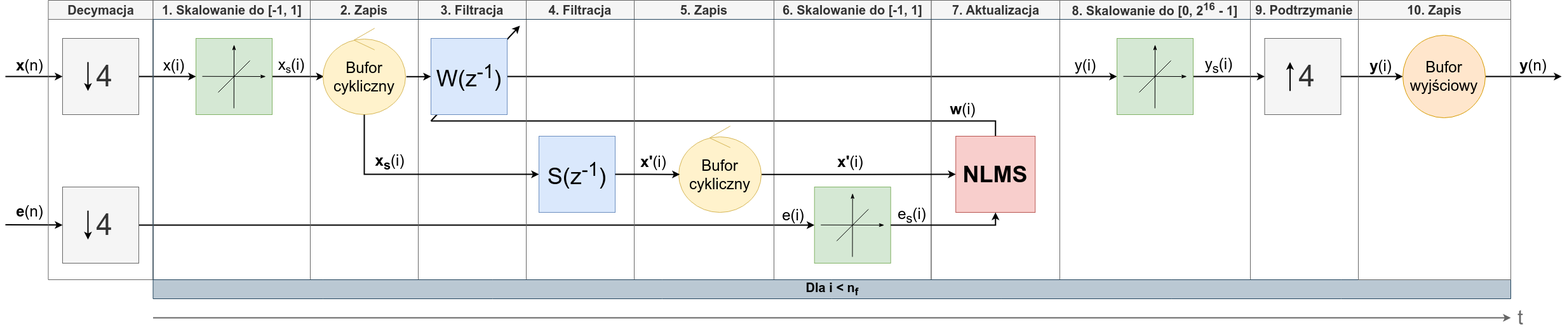
This is docs/polsl/thesis/graf/sw/app_flow.png from kopiecki/anc, a draw.io export, as it was before one commit. Source tidied: cells renumbered, new cells last; positions are measured from the earlier drawing's top-left corner, leaving out a move shared by most shapes. The source it was exported from:
```xml
<mxGraphModel>
  <root>
    <mxCell id="0" />
    <mxCell id="1" parent="0" />
    <mxCell id="2" style="endArrow=classic;html=1;rounded=0;strokeWidth=2;" parent="1" edge="1">
      <mxGeometry relative="1" as="geometry">
        <mxPoint x="670" y="190" as="sourcePoint" />
        <mxPoint x="810" y="40" as="targetPoint" />
      </mxGeometry>
    </mxCell>
    <mxCell id="3" style="endArrow=classic;html=1;rounded=0;strokeWidth=2;fillColor=#f5f5f5;strokeColor=#666666;" parent="1" edge="1">
      <mxGeometry relative="1" as="geometry">
        <mxPoint x="232.5" y="500" as="sourcePoint" />
        <mxPoint x="2370" y="500" as="targetPoint" />
      </mxGeometry>
    </mxCell>
    <mxCell id="4" style="endArrow=classic;html=1;rounded=0;strokeWidth=2;entryX=0;entryY=0.5;entryDx=0;entryDy=0;" parent="1" edge="1" target="15">
      <mxGeometry relative="1" as="geometry">
        <mxPoint y="120" as="sourcePoint" />
      </mxGeometry>
    </mxCell>
    <mxCell id="5" value="&lt;b&gt;x&lt;/b&gt;(n)" style="text;html=1;align=center;verticalAlign=middle;strokeColor=none;fillColor=none;fontSize=24;" parent="1" vertex="1">
      <mxGeometry x="3" y="83" width="70" height="40" as="geometry" />
    </mxCell>
    <mxCell id="6" style="edgeStyle=orthogonalEdgeStyle;rounded=0;jettySize=auto;html=1;entryX=0;entryY=0.5;entryDx=0;entryDy=0;strokeWidth=2;" parent="1" edge="1" source="30" target="43">
      <mxGeometry relative="1" as="geometry" />
    </mxCell>
    <mxCell id="7" style="edgeStyle=orthogonalEdgeStyle;rounded=0;jettySize=auto;html=1;endArrow=none;endFill=0;strokeWidth=2;exitX=0.5;exitY=0;exitDx=0;exitDy=0;" parent="1" edge="1" source="51">
      <mxGeometry relative="1" as="geometry">
        <mxPoint x="670" y="190" as="targetPoint" />
        <Array as="points">
          <mxPoint x="1559" y="190" />
        </Array>
      </mxGeometry>
    </mxCell>
    <mxCell id="8" style="edgeStyle=orthogonalEdgeStyle;rounded=0;jettySize=auto;html=1;entryX=0.011;entryY=0.559;entryDx=0;entryDy=0;entryPerimeter=0;strokeWidth=2;" parent="1" edge="1" source="9" target="27">
      <mxGeometry relative="1" as="geometry" />
    </mxCell>
    <mxCell id="9" style="rounded=0;whiteSpace=wrap;html=1;fillColor=#d5e8d4;strokeColor=#82b366;" parent="1" vertex="1">
      <mxGeometry x="300" y="60" width="120" height="120" as="geometry" />
    </mxCell>
    <mxCell id="10" style="endArrow=classicThin;html=1;rounded=0;fontSize=3;endFill=1;" parent="1" edge="1">
      <mxGeometry relative="1" as="geometry">
        <mxPoint x="359.8" y="170" as="sourcePoint" />
        <mxPoint x="360" y="70" as="targetPoint" />
      </mxGeometry>
    </mxCell>
    <mxCell id="11" style="endArrow=classicThin;html=1;rounded=0;fontSize=3;endFill=1;" parent="1" edge="1">
      <mxGeometry relative="1" as="geometry">
        <mxPoint x="310" y="119.8" as="sourcePoint" />
        <mxPoint x="410" y="120" as="targetPoint" />
      </mxGeometry>
    </mxCell>
    <mxCell id="12" style="endArrow=none;html=1;rounded=0;" parent="1" edge="1">
      <mxGeometry relative="1" as="geometry">
        <mxPoint x="335" y="145" as="sourcePoint" />
        <mxPoint x="385" y="95" as="targetPoint" />
      </mxGeometry>
    </mxCell>
    <mxCell id="13" style="edgeStyle=orthogonalEdgeStyle;rounded=0;jettySize=auto;html=1;entryX=0;entryY=0.5;entryDx=0;entryDy=0;strokeWidth=2;" parent="1" edge="1" source="43" target="48">
      <mxGeometry relative="1" as="geometry" />
    </mxCell>
    <mxCell id="14" style="edgeStyle=orthogonalEdgeStyle;rounded=0;jettySize=auto;html=1;entryX=0;entryY=0.5;entryDx=0;entryDy=0;strokeWidth=2;" parent="1" edge="1" source="15" target="9">
      <mxGeometry relative="1" as="geometry" />
    </mxCell>
    <mxCell id="15" value="&lt;font style=&quot;font-size: 46px;&quot;&gt;&amp;nbsp;4&lt;/font&gt;" style="rounded=0;whiteSpace=wrap;html=1;fillColor=#f5f5f5;fontColor=#333333;strokeColor=#666666;" parent="1" vertex="1">
      <mxGeometry x="90" y="60" width="120" height="120" as="geometry" />
    </mxCell>
    <mxCell id="16" style="endArrow=classic;html=1;rounded=0;strokeWidth=2;" parent="1" edge="1">
      <mxGeometry relative="1" as="geometry">
        <mxPoint x="130" y="97.2" as="sourcePoint" />
        <mxPoint x="130" y="142.8" as="targetPoint" />
        <Array as="points">
          <mxPoint x="130" y="108.7" />
        </Array>
      </mxGeometry>
    </mxCell>
    <mxCell id="17" style="edgeStyle=orthogonalEdgeStyle;rounded=0;jettySize=auto;html=1;strokeWidth=2;" parent="1" edge="1" source="68">
      <mxGeometry relative="1" as="geometry">
        <mxPoint x="2450" y="120" as="targetPoint" />
      </mxGeometry>
    </mxCell>
    <mxCell id="18" style="edgeStyle=orthogonalEdgeStyle;rounded=0;jettySize=auto;html=1;exitX=1;exitY=0.5;exitDx=0;exitDy=0;strokeWidth=2;entryX=0;entryY=0.5;entryDx=0;entryDy=0;" parent="1" edge="1" source="19" target="38">
      <mxGeometry relative="1" as="geometry">
        <Array as="points">
          <mxPoint x="1220" y="354" />
        </Array>
      </mxGeometry>
    </mxCell>
    <mxCell id="19" value="&lt;font style=&quot;font-size: 46px;&quot;&gt;&amp;nbsp;4&lt;/font&gt;" style="rounded=0;whiteSpace=wrap;html=1;fillColor=#f5f5f5;fontColor=#333333;strokeColor=#666666;" parent="1" vertex="1">
      <mxGeometry x="90" y="294" width="120" height="120" as="geometry" />
    </mxCell>
    <mxCell id="20" style="endArrow=classic;html=1;rounded=0;strokeWidth=2;" parent="1" edge="1">
      <mxGeometry relative="1" as="geometry">
        <mxPoint x="130" y="331.2" as="sourcePoint" />
        <mxPoint x="130" y="376.8" as="targetPoint" />
        <Array as="points">
          <mxPoint x="130" y="342.8" />
        </Array>
      </mxGeometry>
    </mxCell>
    <mxCell id="21" style="endArrow=classic;html=1;rounded=0;strokeWidth=2;" parent="1" edge="1" target="19">
      <mxGeometry relative="1" as="geometry">
        <mxPoint y="353.6" as="sourcePoint" />
      </mxGeometry>
    </mxCell>
    <mxCell id="22" value="&lt;b&gt;e&lt;/b&gt;(n)" style="text;html=1;align=center;verticalAlign=middle;strokeColor=none;fillColor=none;fontSize=24;" parent="1" vertex="1">
      <mxGeometry x="3" y="313" width="70" height="40" as="geometry" />
    </mxCell>
    <mxCell id="23" value="&lt;font style=&quot;font-size: 32px;&quot;&gt;t&lt;/font&gt;" style="text;html=1;align=center;verticalAlign=middle;strokeColor=none;fillColor=none;fontSize=32;fontColor=#6B6B6B;" parent="1" vertex="1">
      <mxGeometry x="2370" y="475" width="30" height="50" as="geometry" />
    </mxCell>
    <mxCell id="24" value="&lt;font style=&quot;font-size: 20px;&quot;&gt;Decymacja&lt;/font&gt;" style="swimlane;whiteSpace=wrap;html=1;startSize=30;fillColor=#f5f5f5;fontColor=#333333;strokeColor=#666666;" parent="1" vertex="1">
      <mxGeometry x="67.5" width="165" height="440" as="geometry" />
    </mxCell>
    <mxCell id="25" value="&lt;font style=&quot;font-size: 20px;&quot;&gt;1. Skalowanie do [-1, 1]&lt;br&gt;&lt;/font&gt;" style="swimlane;whiteSpace=wrap;html=1;startSize=30;fillColor=#f5f5f5;fontColor=#333333;strokeColor=#666666;" parent="1" vertex="1">
      <mxGeometry x="232.5" width="247.5" height="440" as="geometry" />
    </mxCell>
    <mxCell id="26" value="&lt;font style=&quot;font-size: 20px;&quot;&gt;2. Zapis&lt;br&gt;&lt;/font&gt;" style="swimlane;whiteSpace=wrap;html=1;startSize=30;fillColor=#f5f5f5;fontColor=#333333;strokeColor=#666666;" parent="1" vertex="1">
      <mxGeometry x="480" width="170" height="440" as="geometry" />
    </mxCell>
    <mxCell id="27" value="&lt;font style=&quot;font-size: 24px;&quot;&gt;Bufor cykliczny&lt;/font&gt;" style="ellipse;shape=umlControl;whiteSpace=wrap;html=1;fillColor=#fff2cc;strokeColor=#d6b656;" parent="26" vertex="1">
      <mxGeometry x="20" y="44" width="130" height="136" as="geometry" />
    </mxCell>
    <mxCell id="28" value="&lt;font style=&quot;font-size: 20px;&quot;&gt;7. Aktualizacja&lt;br&gt;&lt;/font&gt;" style="swimlane;whiteSpace=wrap;html=1;startSize=30;fillColor=#f5f5f5;fontColor=#333333;strokeColor=#666666;" parent="1" vertex="1">
      <mxGeometry x="1457.5" width="202.5" height="440" as="geometry" />
    </mxCell>
    <mxCell id="29" value="&lt;font style=&quot;font-size: 20px;&quot;&gt;3. Filtracja&lt;br&gt;&lt;/font&gt;" style="swimlane;whiteSpace=wrap;html=1;startSize=30;fillColor=#f5f5f5;fontColor=#333333;strokeColor=#666666;" parent="1" vertex="1">
      <mxGeometry x="650" width="170" height="440" as="geometry" />
    </mxCell>
    <mxCell id="30" value="&lt;span style=&quot;font-size: 36px;&quot;&gt;W(z&lt;sup&gt;-1&lt;/sup&gt;)&lt;/span&gt;" style="rounded=0;whiteSpace=wrap;html=1;fillColor=#dae8fc;strokeColor=#6c8ebf;" parent="29" vertex="1">
      <mxGeometry x="20" y="60" width="120" height="120" as="geometry" />
    </mxCell>
    <mxCell id="31" value="&lt;font style=&quot;font-size: 20px;&quot;&gt;4. Filtracja&lt;br&gt;&lt;/font&gt;" style="swimlane;whiteSpace=wrap;html=1;startSize=30;fillColor=#f5f5f5;fontColor=#333333;strokeColor=#666666;" parent="1" vertex="1">
      <mxGeometry x="820" width="170" height="440" as="geometry" />
    </mxCell>
    <mxCell id="32" value="&lt;font style=&quot;font-size: 36px;&quot;&gt;^&lt;/font&gt;" style="text;html=1;align=center;verticalAlign=middle;strokeColor=none;fillColor=none;" parent="31" vertex="1">
      <mxGeometry x="30" y="230" width="40" height="60" as="geometry" />
    </mxCell>
    <mxCell id="33" style="edgeStyle=orthogonalEdgeStyle;rounded=0;jettySize=auto;html=1;exitX=1.01;exitY=0.561;exitDx=0;exitDy=0;exitPerimeter=0;fontSize=2;strokeWidth=2;" parent="1" edge="1" source="27" target="30">
      <mxGeometry relative="1" as="geometry" />
    </mxCell>
    <mxCell id="34" style="edgeStyle=orthogonalEdgeStyle;rounded=0;jettySize=auto;html=1;entryX=0;entryY=0.5;entryDx=0;entryDy=0;strokeWidth=2;" parent="1" edge="1" source="27" target="63">
      <mxGeometry relative="1" as="geometry">
        <Array as="points">
          <mxPoint x="565" y="274" />
        </Array>
      </mxGeometry>
    </mxCell>
    <mxCell id="35" value="&lt;font style=&quot;font-size: 20px;&quot;&gt;5. Zapis&lt;br&gt;&lt;/font&gt;" style="swimlane;whiteSpace=wrap;html=1;startSize=30;fillColor=#f5f5f5;fontColor=#333333;strokeColor=#666666;" parent="1" vertex="1">
      <mxGeometry x="990" width="220" height="440" as="geometry" />
    </mxCell>
    <mxCell id="36" value="&lt;font style=&quot;font-size: 20px;&quot;&gt;6. Skalowanie do [-1, 1]&lt;br&gt;&lt;/font&gt;" style="swimlane;whiteSpace=wrap;html=1;startSize=30;fillColor=#f5f5f5;fontColor=#333333;strokeColor=#666666;" parent="1" vertex="1">
      <mxGeometry x="1210" width="247.5" height="440" as="geometry" />
    </mxCell>
    <mxCell id="37" style="group;" parent="36" vertex="1">
      <mxGeometry x="63.8" y="294" width="120" height="120" as="geometry" />
    </mxCell>
    <mxCell id="38" style="rounded=0;whiteSpace=wrap;html=1;fillColor=#d5e8d4;strokeColor=#82b366;" parent="37" vertex="1">
      <mxGeometry width="120" height="120" as="geometry" />
    </mxCell>
    <mxCell id="39" style="endArrow=classicThin;html=1;rounded=0;fontSize=3;endFill=1;" parent="37" edge="1">
      <mxGeometry relative="1" as="geometry">
        <mxPoint x="59.8" y="110" as="sourcePoint" />
        <mxPoint x="60" y="10" as="targetPoint" />
      </mxGeometry>
    </mxCell>
    <mxCell id="40" style="endArrow=classicThin;html=1;rounded=0;fontSize=3;endFill=1;" parent="37" edge="1">
      <mxGeometry relative="1" as="geometry">
        <mxPoint x="10" y="59.8" as="sourcePoint" />
        <mxPoint x="110" y="60" as="targetPoint" />
      </mxGeometry>
    </mxCell>
    <mxCell id="41" style="endArrow=none;html=1;rounded=0;" parent="37" edge="1">
      <mxGeometry relative="1" as="geometry">
        <mxPoint x="35" y="85" as="sourcePoint" />
        <mxPoint x="85" y="35" as="targetPoint" />
      </mxGeometry>
    </mxCell>
    <mxCell id="42" value="&lt;font style=&quot;font-size: 20px;&quot;&gt;8. Skalowanie do [0, 2&lt;sup&gt;16&lt;/sup&gt;&amp;nbsp;- 1]&lt;br&gt;&lt;/font&gt;" style="swimlane;whiteSpace=wrap;html=1;startSize=30;fillColor=#f5f5f5;fontColor=#333333;strokeColor=#666666;" parent="1" vertex="1">
      <mxGeometry x="1660" width="300" height="440" as="geometry" />
    </mxCell>
    <mxCell id="43" style="rounded=0;whiteSpace=wrap;html=1;fillColor=#d5e8d4;strokeColor=#82b366;" parent="42" vertex="1">
      <mxGeometry x="90" y="60" width="120" height="120" as="geometry" />
    </mxCell>
    <mxCell id="44" style="endArrow=classicThin;html=1;rounded=0;fontSize=3;endFill=1;" parent="42" edge="1">
      <mxGeometry relative="1" as="geometry">
        <mxPoint x="149.8" y="170" as="sourcePoint" />
        <mxPoint x="150" y="70" as="targetPoint" />
      </mxGeometry>
    </mxCell>
    <mxCell id="45" style="endArrow=classicThin;html=1;rounded=0;fontSize=3;endFill=1;" parent="42" edge="1">
      <mxGeometry relative="1" as="geometry">
        <mxPoint x="100" y="119.8" as="sourcePoint" />
        <mxPoint x="200" y="120" as="targetPoint" />
      </mxGeometry>
    </mxCell>
    <mxCell id="46" style="endArrow=none;html=1;rounded=0;" parent="42" edge="1">
      <mxGeometry relative="1" as="geometry">
        <mxPoint x="125" y="145" as="sourcePoint" />
        <mxPoint x="175" y="95" as="targetPoint" />
      </mxGeometry>
    </mxCell>
    <mxCell id="47" value="&lt;font style=&quot;font-size: 20px;&quot;&gt;9. Podtrzymanie&lt;/font&gt;" style="swimlane;whiteSpace=wrap;html=1;startSize=30;fillColor=#f5f5f5;fontColor=#333333;strokeColor=#666666;" parent="1" vertex="1">
      <mxGeometry x="1960" width="170" height="440" as="geometry" />
    </mxCell>
    <mxCell id="48" value="&lt;font style=&quot;font-size: 46px;&quot;&gt;&amp;nbsp;4&lt;/font&gt;" style="rounded=0;whiteSpace=wrap;html=1;fillColor=#f5f5f5;fontColor=#333333;strokeColor=#666666;" parent="47" vertex="1">
      <mxGeometry x="22.5" y="60" width="120" height="120" as="geometry" />
    </mxCell>
    <mxCell id="49" style="endArrow=classic;html=1;rounded=0;strokeWidth=2;" parent="47" edge="1">
      <mxGeometry relative="1" as="geometry">
        <mxPoint x="62.5" y="142.8" as="sourcePoint" />
        <mxPoint x="62.5" y="97.2" as="targetPoint" />
        <Array as="points">
          <mxPoint x="62.5" y="108.7" />
        </Array>
      </mxGeometry>
    </mxCell>
    <mxCell id="50" value="&lt;font style=&quot;font-size: 20px;&quot;&gt;Dla i &amp;lt; n&lt;sub&gt;f&lt;/sub&gt;&lt;br&gt;&lt;/font&gt;" style="swimlane;whiteSpace=wrap;html=1;startSize=30;fillColor=#bac8d3;strokeColor=#23445d;direction=west;" parent="1" vertex="1">
      <mxGeometry x="232.5" y="30" width="2137.5" height="440" as="geometry" />
    </mxCell>
    <mxCell id="51" value="&lt;span style=&quot;font-size: 36px;&quot;&gt;NLMS&lt;/span&gt;" style="rounded=0;whiteSpace=wrap;html=1;fillColor=#f8cecc;strokeColor=#b85450;fontStyle=1;" parent="50" vertex="1">
      <mxGeometry x="1263.8" y="184" width="125" height="120" as="geometry" />
    </mxCell>
    <mxCell id="52" value="x(i)" style="text;html=1;align=center;verticalAlign=middle;strokeColor=none;fillColor=none;fontSize=24;" parent="50" vertex="1">
      <mxGeometry x="2.5" y="53" width="60" height="40" as="geometry" />
    </mxCell>
    <mxCell id="53" value="x&lt;span style=&quot;font-size: 20px;&quot;&gt;&lt;sub&gt;s&lt;/sub&gt;&lt;/span&gt;(i)" style="text;html=1;align=center;verticalAlign=middle;strokeColor=none;fillColor=none;fontSize=24;" parent="50" vertex="1">
      <mxGeometry x="182.5" y="48" width="70" height="50" as="geometry" />
    </mxCell>
    <mxCell id="54" value="&lt;b&gt;x&lt;sub&gt;s&lt;/sub&gt;&lt;/b&gt;(i)" style="text;html=1;align=center;verticalAlign=middle;strokeColor=none;fillColor=none;fontSize=24;" parent="50" vertex="1">
      <mxGeometry x="337.5" y="200" width="70" height="50" as="geometry" />
    </mxCell>
    <mxCell id="55" value="y(i)" style="text;html=1;align=center;verticalAlign=middle;strokeColor=none;fillColor=none;fontSize=24;" parent="50" vertex="1">
      <mxGeometry x="1437.5" y="53" width="60" height="40" as="geometry" />
    </mxCell>
    <mxCell id="56" value="y&lt;sub&gt;s&lt;/sub&gt;(i)" style="text;html=1;align=center;verticalAlign=middle;strokeColor=none;fillColor=none;fontSize=24;" parent="50" vertex="1">
      <mxGeometry x="1642.5" y="48" width="70" height="50" as="geometry" />
    </mxCell>
    <mxCell id="57" value="e(i)" style="text;html=1;align=center;verticalAlign=middle;strokeColor=none;fillColor=none;fontSize=24;" parent="50" vertex="1">
      <mxGeometry x="977.5" y="289" width="60" height="40" as="geometry" />
    </mxCell>
    <mxCell id="58" value="e&lt;sub&gt;s&lt;/sub&gt;(i)" style="text;html=1;align=center;verticalAlign=middle;strokeColor=none;fillColor=none;fontSize=24;" parent="50" vertex="1">
      <mxGeometry x="1159.5" y="284" width="70" height="50" as="geometry" />
    </mxCell>
    <mxCell id="59" value="&lt;b&gt;w&lt;/b&gt;(i)" style="text;html=1;align=center;verticalAlign=middle;strokeColor=none;fillColor=none;fontSize=24;" parent="50" vertex="1">
      <mxGeometry x="1244.5" y="122" width="60" height="40" as="geometry" />
    </mxCell>
    <mxCell id="60" value="&lt;b&gt;x'&lt;/b&gt;(i)" style="text;html=1;align=center;verticalAlign=middle;strokeColor=none;fillColor=none;fontSize=24;" parent="50" vertex="1">
      <mxGeometry x="1067.5" y="205" width="60" height="40" as="geometry" />
    </mxCell>
    <mxCell id="61" value="&lt;font style=&quot;font-size: 24px;&quot;&gt;Bufor cykliczny&lt;/font&gt;" style="ellipse;shape=umlControl;whiteSpace=wrap;html=1;fillColor=#fff2cc;strokeColor=#d6b656;" parent="50" vertex="1">
      <mxGeometry x="827.5" y="168" width="130" height="136" as="geometry" />
    </mxCell>
    <mxCell id="62" style="edgeStyle=orthogonalEdgeStyle;rounded=0;jettySize=auto;html=1;entryX=0;entryY=0.5;entryDx=0;entryDy=0;strokeWidth=2;exitX=1.005;exitY=0.56;exitDx=0;exitDy=0;exitPerimeter=0;" parent="50" edge="1" source="61" target="51">
      <mxGeometry relative="1" as="geometry" />
    </mxCell>
    <mxCell id="63" value="&lt;span style=&quot;font-size: 36px;&quot;&gt;S(z&lt;sup&gt;-1&lt;/sup&gt;)&lt;/span&gt;" style="rounded=0;whiteSpace=wrap;html=1;fillColor=#dae8fc;strokeColor=#6c8ebf;" parent="50" vertex="1">
      <mxGeometry x="607.5" y="184" width="120" height="120" as="geometry" />
    </mxCell>
    <mxCell id="64" style="edgeStyle=orthogonalEdgeStyle;rounded=0;jettySize=auto;html=1;strokeWidth=2;entryX=0.014;entryY=0.56;entryDx=0;entryDy=0;entryPerimeter=0;" parent="50" edge="1" source="63" target="61">
      <mxGeometry relative="1" as="geometry" />
    </mxCell>
    <mxCell id="65" value="&lt;b&gt;x'&lt;/b&gt;(i)" style="text;html=1;align=center;verticalAlign=middle;strokeColor=none;fillColor=none;fontSize=24;" parent="50" vertex="1">
      <mxGeometry x="757.5" y="205" width="60" height="40" as="geometry" />
    </mxCell>
    <mxCell id="66" style="edgeStyle=orthogonalEdgeStyle;rounded=0;jettySize=auto;html=1;strokeWidth=2;" parent="1" edge="1" source="48" target="68">
      <mxGeometry relative="1" as="geometry" />
    </mxCell>
    <mxCell id="67" value="&lt;font style=&quot;font-size: 20px;&quot;&gt;10. Zapis&lt;/font&gt;" style="swimlane;whiteSpace=wrap;html=1;startSize=30;fillColor=#f5f5f5;fontColor=#333333;strokeColor=#666666;" parent="1" vertex="1">
      <mxGeometry x="2130" width="240" height="440" as="geometry" />
    </mxCell>
    <mxCell id="68" value="&lt;font style=&quot;font-size: 24px;&quot;&gt;Bufor&lt;br&gt;wyjściowy&lt;/font&gt;" style="ellipse;whiteSpace=wrap;html=1;fillColor=#ffe6cc;strokeColor=#d79b00;" parent="67" vertex="1">
      <mxGeometry x="70" y="55" width="130" height="130" as="geometry" />
    </mxCell>
    <mxCell id="69" value="&lt;b&gt;y&lt;/b&gt;(i)" style="text;html=1;align=center;verticalAlign=middle;strokeColor=none;fillColor=none;fontSize=24;" parent="67" vertex="1">
      <mxGeometry x="5" y="84" width="60" height="40" as="geometry" />
    </mxCell>
    <mxCell id="70" value="&lt;b&gt;y&lt;/b&gt;(n)" style="text;html=1;align=center;verticalAlign=middle;strokeColor=none;fillColor=none;fontSize=24;" parent="1" vertex="1">
      <mxGeometry x="2370" y="83" width="70" height="40" as="geometry" />
    </mxCell>
    <mxCell id="71" style="edgeStyle=orthogonalEdgeStyle;rounded=0;jettySize=auto;html=1;entryX=0.5;entryY=1;entryDx=0;entryDy=0;strokeWidth=2;" parent="1" edge="1" source="38" target="51">
      <mxGeometry relative="1" as="geometry" />
    </mxCell>
  </root>
</mxGraphModel>
```
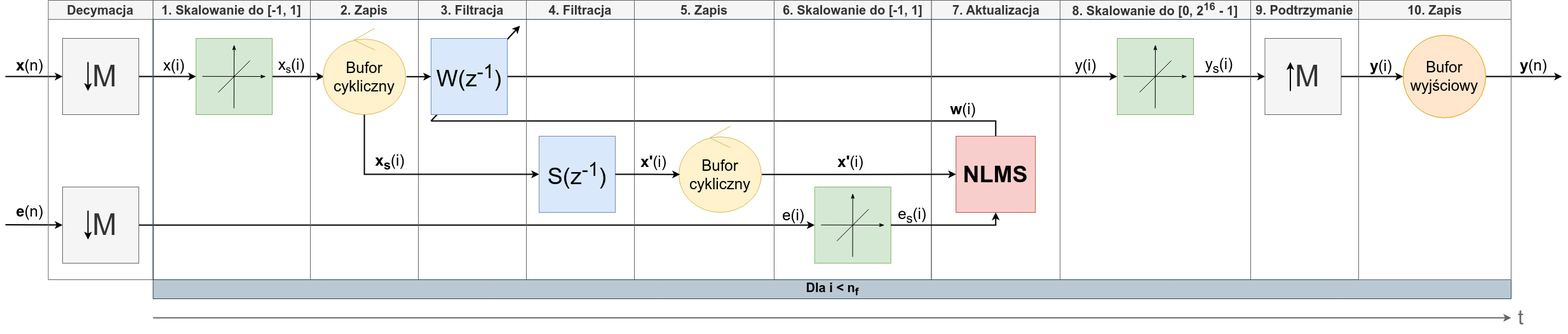
Later version of the same file.

The edit, as a diff of the source:
```diff
@@ -63,7 +63,7 @@
     <mxCell id="14" style="edgeStyle=orthogonalEdgeStyle;rounded=0;jettySize=auto;html=1;entryX=0;entryY=0.5;entryDx=0;entryDy=0;strokeWidth=2;" parent="1" edge="1" source="15" target="9">
       <mxGeometry relative="1" as="geometry" />
     </mxCell>
-    <mxCell id="15" value="&lt;font style=&quot;font-size: 46px;&quot;&gt;&amp;nbsp;4&lt;/font&gt;" style="rounded=0;whiteSpace=wrap;html=1;fillColor=#f5f5f5;fontColor=#333333;strokeColor=#666666;" parent="1" vertex="1">
+    <mxCell id="15" value="&lt;font style=&quot;font-size: 46px;&quot;&gt;&amp;nbsp;M&lt;/font&gt;" style="rounded=0;whiteSpace=wrap;html=1;fillColor=#f5f5f5;fontColor=#333333;strokeColor=#666666;" parent="1" vertex="1">
       <mxGeometry x="90" y="60" width="120" height="120" as="geometry" />
     </mxCell>
     <mxCell id="16" style="endArrow=classic;html=1;rounded=0;strokeWidth=2;" parent="1" edge="1">
@@ -87,7 +87,7 @@
         </Array>
       </mxGeometry>
     </mxCell>
-    <mxCell id="19" value="&lt;font style=&quot;font-size: 46px;&quot;&gt;&amp;nbsp;4&lt;/font&gt;" style="rounded=0;whiteSpace=wrap;html=1;fillColor=#f5f5f5;fontColor=#333333;strokeColor=#666666;" parent="1" vertex="1">
+    <mxCell id="19" value="&lt;font style=&quot;font-size: 46px;&quot;&gt;&amp;nbsp;M&lt;/font&gt;" style="rounded=0;whiteSpace=wrap;html=1;fillColor=#f5f5f5;fontColor=#333333;strokeColor=#666666;" parent="1" vertex="1">
       <mxGeometry x="90" y="294" width="120" height="120" as="geometry" />
     </mxCell>
     <mxCell id="20" style="endArrow=classic;html=1;rounded=0;strokeWidth=2;" parent="1" edge="1">
@@ -204,7 +204,7 @@
     <mxCell id="47" value="&lt;font style=&quot;font-size: 20px;&quot;&gt;9. Podtrzymanie&lt;/font&gt;" style="swimlane;whiteSpace=wrap;html=1;startSize=30;fillColor=#f5f5f5;fontColor=#333333;strokeColor=#666666;" parent="1" vertex="1">
       <mxGeometry x="1960" width="170" height="440" as="geometry" />
     </mxCell>
-    <mxCell id="48" value="&lt;font style=&quot;font-size: 46px;&quot;&gt;&amp;nbsp;4&lt;/font&gt;" style="rounded=0;whiteSpace=wrap;html=1;fillColor=#f5f5f5;fontColor=#333333;strokeColor=#666666;" parent="47" vertex="1">
+    <mxCell id="48" value="&lt;font style=&quot;font-size: 46px;&quot;&gt;&amp;nbsp;M&lt;/font&gt;" style="rounded=0;whiteSpace=wrap;html=1;fillColor=#f5f5f5;fontColor=#333333;strokeColor=#666666;" parent="47" vertex="1">
       <mxGeometry x="22.5" y="60" width="120" height="120" as="geometry" />
     </mxCell>
     <mxCell id="49" style="endArrow=classic;html=1;rounded=0;strokeWidth=2;" parent="47" edge="1">
```
